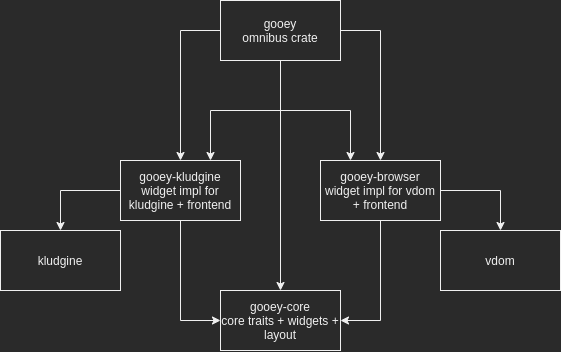
khonsulabs/cushy keeps this draw.io diagram as Gooey.png. Above is the earlier version. Source tidied: cells renumbered, new cells last; positions are measured from the earlier drawing's top-left corner, leaving out a move shared by most shapes.
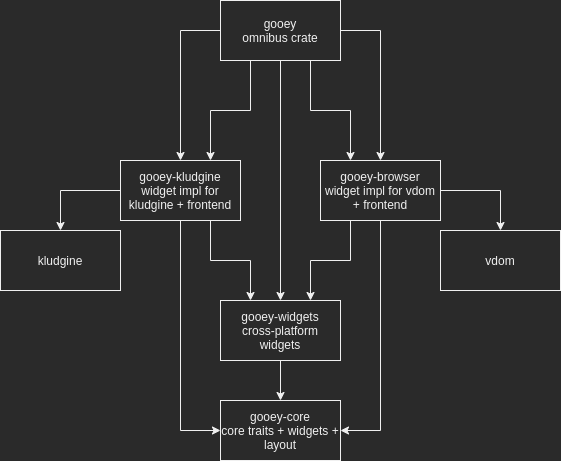
After the change.

Diff of the diagram source:
```diff
@@ -2,7 +2,7 @@
   <root>
     <mxCell id="0" />
     <mxCell id="1" parent="0" />
-    <mxCell id="2" style="edgeStyle=orthogonalEdgeStyle;rounded=0;jettySize=auto;html=1;exitX=0.75;exitY=0;exitDx=0;exitDy=0;startArrow=classic;startFill=1;endArrow=none;endFill=0;entryX=0.5;entryY=1;entryDx=0;entryDy=0;" parent="1" edge="1" source="5" target="6">
+    <mxCell id="2" style="edgeStyle=orthogonalEdgeStyle;rounded=0;jettySize=auto;html=1;exitX=0.75;exitY=0;exitDx=0;exitDy=0;startArrow=classic;startFill=1;endArrow=none;endFill=0;entryX=0.25;entryY=1;entryDx=0;entryDy=0;" parent="1" edge="1" source="5" target="6">
       <mxGeometry relative="1" as="geometry" />
     </mxCell>
     <mxCell id="3" style="edgeStyle=orthogonalEdgeStyle;rounded=0;jettySize=auto;html=1;exitX=0.5;exitY=1;exitDx=0;exitDy=0;entryX=0;entryY=0.5;entryDx=0;entryDy=0;" parent="1" edge="1" source="5" target="12">
@@ -11,6 +11,9 @@
     <mxCell id="4" style="edgeStyle=orthogonalEdgeStyle;rounded=0;jettySize=auto;html=1;exitX=0.5;exitY=0;exitDx=0;exitDy=0;entryX=0;entryY=0.5;entryDx=0;entryDy=0;startArrow=classic;startFill=1;endArrow=none;endFill=0;" parent="1" edge="1" source="5" target="6">
       <mxGeometry relative="1" as="geometry" />
     </mxCell>
+    <mxCell id="17" style="edgeStyle=orthogonalEdgeStyle;rounded=0;jettySize=auto;html=1;exitX=0.75;exitY=1;exitDx=0;exitDy=0;entryX=0.25;entryY=0;entryDx=0;entryDy=0;" parent="1" edge="1" source="5" target="20">
+      <mxGeometry relative="1" as="geometry" />
+    </mxCell>
     <mxCell id="5" value="gooey-kludgine&lt;br&gt;widget impl for kludgine + frontend" style="rounded=0;whiteSpace=wrap;html=1;" parent="1" vertex="1">
       <mxGeometry x="120" y="160" width="120" height="60" as="geometry" />
     </mxCell>
@@ -29,13 +32,13 @@
     <mxCell id="10" value="vdom" style="rounded=0;whiteSpace=wrap;html=1;" parent="1" vertex="1">
       <mxGeometry x="440" y="230" width="120" height="60" as="geometry" />
     </mxCell>
-    <mxCell id="11" style="edgeStyle=orthogonalEdgeStyle;rounded=0;jettySize=auto;html=1;exitX=0.5;exitY=1;exitDx=0;exitDy=0;" parent="1" edge="1" source="6" target="12">
+    <mxCell id="11" style="edgeStyle=orthogonalEdgeStyle;rounded=0;jettySize=auto;html=1;exitX=0.5;exitY=1;exitDx=0;exitDy=0;entryX=0.5;entryY=0;entryDx=0;entryDy=0;" parent="1" edge="1" source="6" target="20">
       <mxGeometry relative="1" as="geometry" />
     </mxCell>
     <mxCell id="12" value="gooey-core&lt;br&gt;core traits + widgets + layout" style="rounded=0;whiteSpace=wrap;html=1;" parent="1" vertex="1">
-      <mxGeometry x="220" y="290" width="120" height="60" as="geometry" />
+      <mxGeometry x="220" y="400" width="120" height="60" as="geometry" />
     </mxCell>
-    <mxCell id="13" style="edgeStyle=orthogonalEdgeStyle;rounded=0;jettySize=auto;html=1;exitX=0.25;exitY=0;exitDx=0;exitDy=0;endArrow=none;endFill=0;startArrow=classic;startFill=1;entryX=0.5;entryY=1;entryDx=0;entryDy=0;" parent="1" edge="1" source="16" target="6">
+    <mxCell id="13" style="edgeStyle=orthogonalEdgeStyle;rounded=0;jettySize=auto;html=1;exitX=0.25;exitY=0;exitDx=0;exitDy=0;endArrow=none;endFill=0;startArrow=classic;startFill=1;entryX=0.75;entryY=1;entryDx=0;entryDy=0;" parent="1" edge="1" source="16" target="6">
       <mxGeometry relative="1" as="geometry" />
     </mxCell>
     <mxCell id="14" style="edgeStyle=orthogonalEdgeStyle;rounded=0;jettySize=auto;html=1;exitX=0.5;exitY=1;exitDx=0;exitDy=0;entryX=1;entryY=0.5;entryDx=0;entryDy=0;" parent="1" edge="1" source="16" target="12">
@@ -44,8 +47,17 @@
     <mxCell id="15" style="edgeStyle=orthogonalEdgeStyle;rounded=0;jettySize=auto;html=1;exitX=0.5;exitY=0;exitDx=0;exitDy=0;entryX=1;entryY=0.5;entryDx=0;entryDy=0;endArrow=none;endFill=0;startArrow=classic;startFill=1;" parent="1" edge="1" source="16" target="6">
       <mxGeometry relative="1" as="geometry" />
     </mxCell>
+    <mxCell id="18" style="edgeStyle=orthogonalEdgeStyle;rounded=0;jettySize=auto;html=1;exitX=0.25;exitY=1;exitDx=0;exitDy=0;entryX=0.75;entryY=0;entryDx=0;entryDy=0;" parent="1" edge="1" source="16" target="20">
+      <mxGeometry relative="1" as="geometry" />
+    </mxCell>
     <mxCell id="16" value="gooey-browser&lt;br&gt;widget impl for vdom + frontend" style="rounded=0;whiteSpace=wrap;html=1;" parent="1" vertex="1">
       <mxGeometry x="320" y="160" width="120" height="60" as="geometry" />
     </mxCell>
+    <mxCell id="19" style="edgeStyle=orthogonalEdgeStyle;rounded=0;jettySize=auto;html=1;exitX=0.5;exitY=1;exitDx=0;exitDy=0;entryX=0.5;entryY=0;entryDx=0;entryDy=0;" parent="1" edge="1" source="20" target="12">
+      <mxGeometry relative="1" as="geometry" />
+    </mxCell>
+    <mxCell id="20" value="gooey-widgets&lt;br&gt;cross-platform widgets" style="rounded=0;whiteSpace=wrap;html=1;" parent="1" vertex="1">
+      <mxGeometry x="220" y="300" width="120" height="60" as="geometry" />
+    </mxCell>
   </root>
 </mxGraphModel>
```
